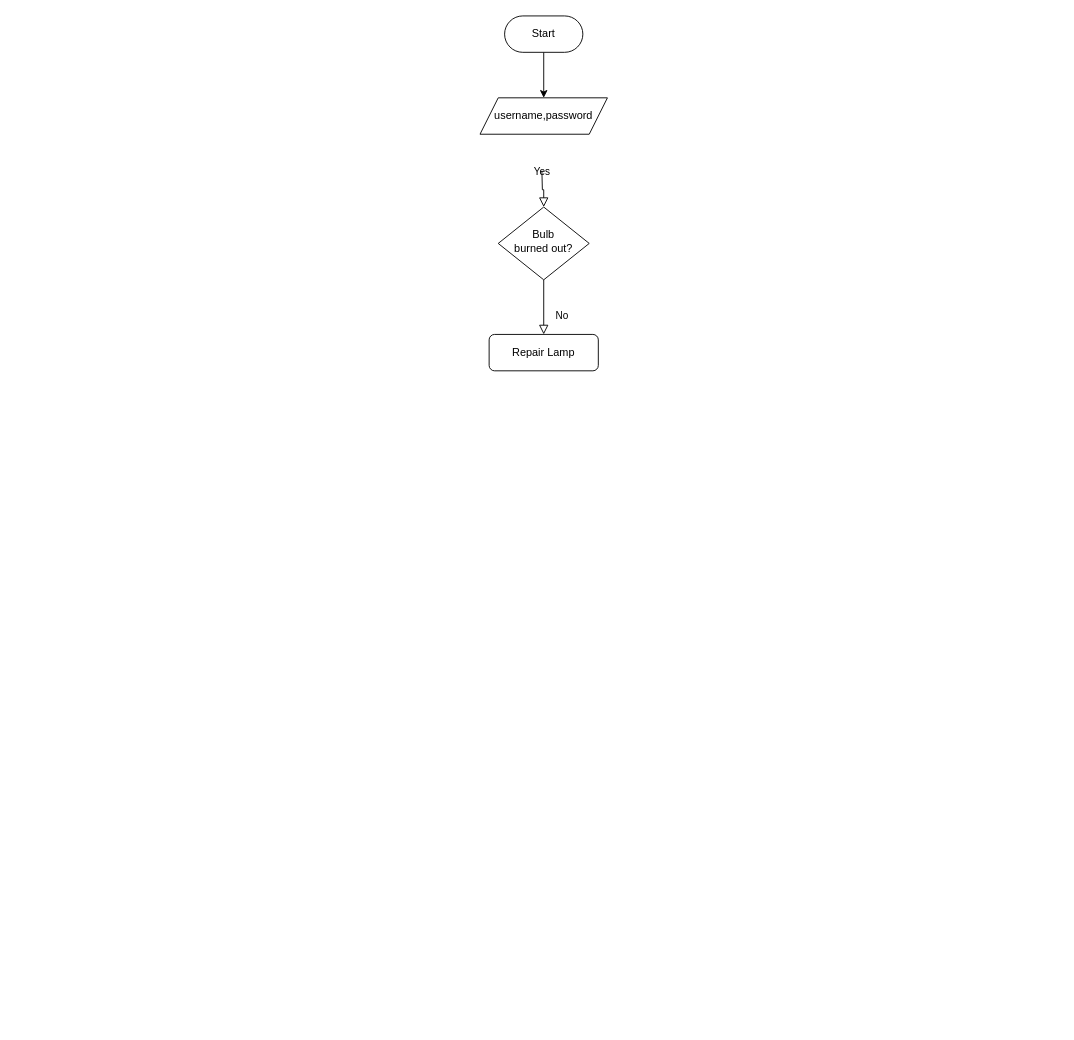
Shikilion/Assignment keeps this draw.io diagram as Untitled Diagram.drawio. Above is the earlier version. Source tidied: cells renumbered, new cells numbered last; positions are measured from the earlier drawing's top-left corner, leaving out a move shared by most shapes. Both pictures are drawn from the tidied source at 91%, with x=0, y=0 at pixel (480, 15).
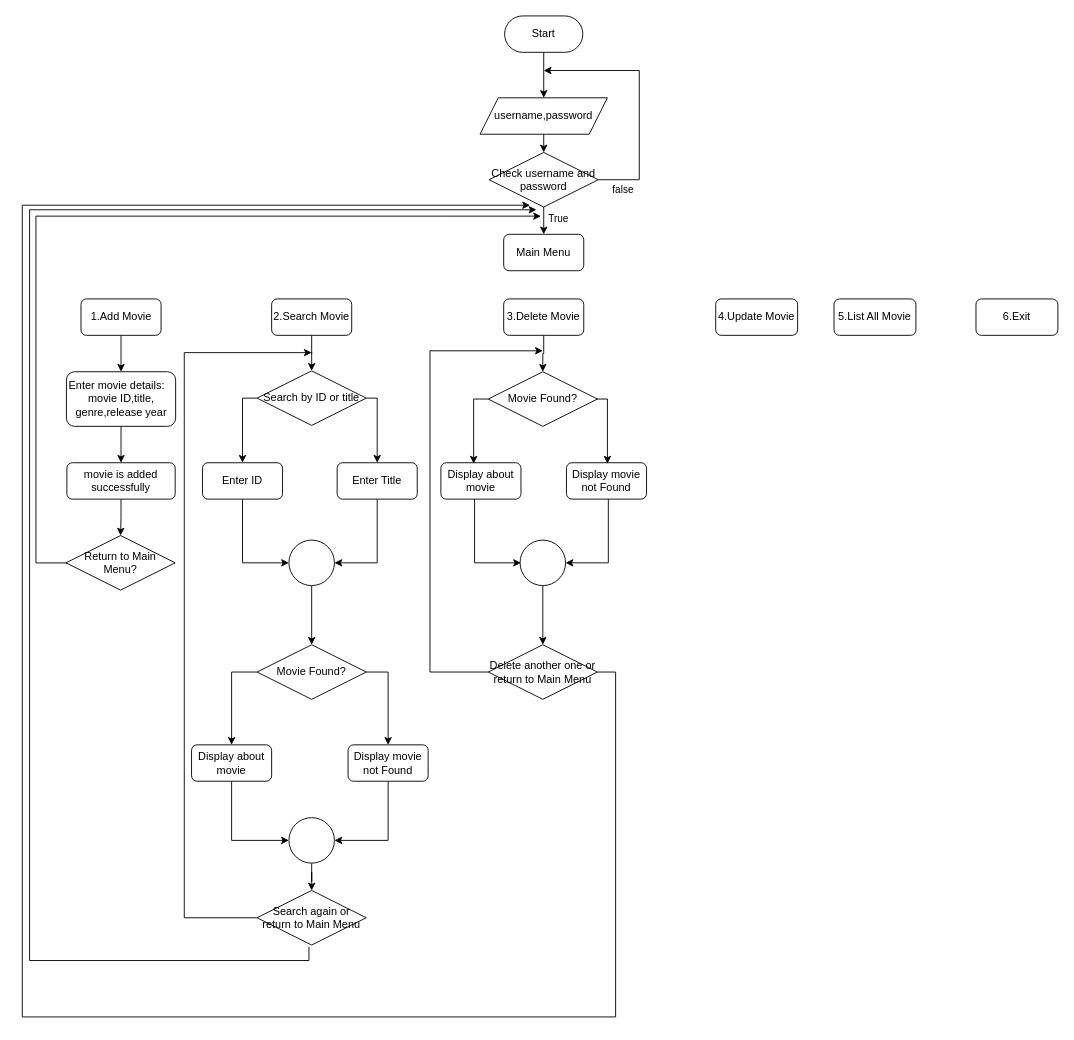
The same page after the edit.

The change refers to these unchanged cells:
```xml
<mxCell id="8" value="username,password" style="shape=parallelogram;perimeter=parallelogramPerimeter;whiteSpace=wrap;html=1;fixedSize=1;" parent="1" vertex="1">
  <mxGeometry y="90" width="140" height="40" as="geometry" />
</mxCell>
```

Diff of the diagram source:
```diff
@@
-    <mxCell id="2" value="Yes" style="rounded=0;html=1;jettySize=auto;fontSize=11;endArrow=block;endFill=0;endSize=8;strokeWidth=1;shadow=0;labelBackgroundColor=none;edgeStyle=orthogonalEdgeStyle;" parent="1" edge="1" target="4">
-      <mxGeometry y="20" relative="1" as="geometry">
-        <mxPoint x="68" y="170" as="sourcePoint" />
-      </mxGeometry>
-    </mxCell>
-    <mxCell id="3" value="No" style="rounded=0;html=1;jettySize=auto;fontSize=11;endArrow=block;endFill=0;endSize=8;strokeWidth=1;shadow=0;labelBackgroundColor=none;edgeStyle=orthogonalEdgeStyle;" parent="1" edge="1" source="4" target="5">
-      <mxGeometry x="0.33" y="20" relative="1" as="geometry" />
-    </mxCell>
-    <mxCell id="4" value="Bulb&lt;br&gt;burned out?" style="rhombus;whiteSpace=wrap;html=1;shadow=0;fontFamily=Helvetica;fontSize=12;align=center;strokeWidth=1;spacing=6;spacingTop=-4;" parent="1" vertex="1">
-      <mxGeometry x="20" y="210" width="100" height="80" as="geometry" />
-    </mxCell>
-    <mxCell id="5" value="Repair Lamp" style="rounded=1;whiteSpace=wrap;html=1;fontSize=12;glass=0;strokeWidth=1;shadow=0;" parent="1" vertex="1">
-      <mxGeometry x="10" y="350" width="120" height="40" as="geometry" />
-    </mxCell>
@@
+    <mxCell id="9" style="edgeStyle=orthogonalEdgeStyle;rounded=0;jettySize=auto;html=1;exitX=0.5;exitY=1;exitDx=0;exitDy=0;entryX=0.5;entryY=0;entryDx=0;entryDy=0;" parent="1" edge="1" source="8" target="58">
+      <mxGeometry relative="1" as="geometry" />
+    </mxCell>
@@
+    <mxCell id="10" style="edgeStyle=orthogonalEdgeStyle;rounded=0;jettySize=auto;html=1;exitX=0.5;exitY=1;exitDx=0;exitDy=0;entryX=0.5;entryY=0;entryDx=0;entryDy=0;" parent="1" edge="1" source="11" target="20">
+      <mxGeometry relative="1" as="geometry" />
+    </mxCell>
+    <mxCell id="11" value="1.Add Movie" style="rounded=1;whiteSpace=wrap;html=1;" parent="1" vertex="1">
+      <mxGeometry x="-438.5" y="311" width="88" height="40" as="geometry" />
+    </mxCell>
+    <mxCell id="12" style="edgeStyle=orthogonalEdgeStyle;rounded=0;jettySize=auto;html=1;entryX=0.5;entryY=0;entryDx=0;entryDy=0;" parent="1" edge="1" source="13" target="27">
+      <mxGeometry relative="1" as="geometry" />
+    </mxCell>
+    <mxCell id="13" value="2.Search Movie" style="rounded=1;whiteSpace=wrap;html=1;" parent="1" vertex="1">
+      <mxGeometry x="-229" y="311" width="88" height="40" as="geometry" />
+    </mxCell>
+    <mxCell id="14" style="edgeStyle=orthogonalEdgeStyle;rounded=0;jettySize=auto;html=1;entryX=0.5;entryY=0;entryDx=0;entryDy=0;" parent="1" edge="1" source="15" target="44">
+      <mxGeometry relative="1" as="geometry" />
+    </mxCell>
+    <mxCell id="15" value="3.Delete Movie" style="rounded=1;whiteSpace=wrap;html=1;" parent="1" vertex="1">
+      <mxGeometry x="26" y="311" width="88" height="40" as="geometry" />
+    </mxCell>
+    <mxCell id="16" value="4.Update Movie" style="rounded=1;whiteSpace=wrap;html=1;" parent="1" vertex="1">
+      <mxGeometry x="259" y="311" width="90" height="40" as="geometry" />
+    </mxCell>
+    <mxCell id="17" value="5.List All Movie" style="rounded=1;whiteSpace=wrap;html=1;" parent="1" vertex="1">
+      <mxGeometry x="389" y="311" width="90" height="40" as="geometry" />
+    </mxCell>
+    <mxCell id="18" value="6.Exit" style="rounded=1;whiteSpace=wrap;html=1;" parent="1" vertex="1">
+      <mxGeometry x="545" y="311" width="90" height="40" as="geometry" />
+    </mxCell>
+    <mxCell id="19" style="edgeStyle=orthogonalEdgeStyle;rounded=0;jettySize=auto;html=1;entryX=0.5;entryY=0;entryDx=0;entryDy=0;" parent="1" edge="1" source="20" target="22">
+      <mxGeometry relative="1" as="geometry" />
+    </mxCell>
+    <mxCell id="20" value="Enter movie details:&amp;nbsp; &amp;nbsp; movie ID,title, genre,release year" style="rounded=1;whiteSpace=wrap;html=1;" parent="1" vertex="1">
+      <mxGeometry x="-454.5" y="391" width="120" height="60" as="geometry" />
+    </mxCell>
+    <mxCell id="21" style="edgeStyle=orthogonalEdgeStyle;rounded=0;jettySize=auto;html=1;entryX=0.5;entryY=0;entryDx=0;entryDy=0;" parent="1" edge="1" source="22" target="24">
+      <mxGeometry relative="1" as="geometry" />
+    </mxCell>
+    <mxCell id="22" value="movie is added successfully" style="rounded=1;whiteSpace=wrap;html=1;" parent="1" vertex="1">
+      <mxGeometry x="-454" y="491" width="119" height="40" as="geometry" />
+    </mxCell>
+    <mxCell id="23" style="edgeStyle=orthogonalEdgeStyle;rounded=0;orthogonalLoop=1;jettySize=auto;html=1;" parent="1" edge="1">
+      <mxGeometry relative="1" as="geometry">
+        <mxPoint x="-451.1" y="601.1" as="sourcePoint" />
+        <mxPoint x="67" y="220" as="targetPoint" />
+        <Array as="points">
+          <mxPoint x="-488" y="601" />
+          <mxPoint x="-488" y="220" />
+          <mxPoint x="-41" y="220" />
+        </Array>
+      </mxGeometry>
+    </mxCell>
+    <mxCell id="24" value="Return to Main Menu?" style="rhombus;whiteSpace=wrap;html=1;" parent="1" vertex="1">
+      <mxGeometry x="-455" y="571" width="120" height="60" as="geometry" />
+    </mxCell>
+    <mxCell id="25" style="edgeStyle=orthogonalEdgeStyle;rounded=0;jettySize=auto;html=1;entryX=0.5;entryY=0;entryDx=0;entryDy=0;" parent="1" edge="1" source="27" target="29">
+      <mxGeometry relative="1" as="geometry">
+        <Array as="points">
+          <mxPoint x="-261" y="420" />
+        </Array>
+      </mxGeometry>
+    </mxCell>
+    <mxCell id="26" style="edgeStyle=orthogonalEdgeStyle;rounded=0;jettySize=auto;html=1;entryX=0.5;entryY=0;entryDx=0;entryDy=0;" parent="1" edge="1" source="27" target="31">
+      <mxGeometry relative="1" as="geometry">
+        <Array as="points">
+          <mxPoint x="-113" y="420" />
+        </Array>
+      </mxGeometry>
+    </mxCell>
+    <mxCell id="27" value="Search by ID or title" style="rhombus;whiteSpace=wrap;html=1;" parent="1" vertex="1">
+      <mxGeometry x="-245" y="390" width="120" height="60" as="geometry" />
+    </mxCell>
+    <mxCell id="28" style="edgeStyle=orthogonalEdgeStyle;rounded=0;orthogonalLoop=1;jettySize=auto;html=1;entryX=0;entryY=0.5;entryDx=0;entryDy=0;" parent="1" edge="1">
+      <mxGeometry relative="1" as="geometry">
+        <mxPoint x="-261" y="531" as="sourcePoint" />
+        <mxPoint x="-210" y="601" as="targetPoint" />
+        <Array as="points">
+          <mxPoint x="-261" y="601.1" />
+        </Array>
+      </mxGeometry>
+    </mxCell>
+    <mxCell id="29" value="Enter ID" style="rounded=1;whiteSpace=wrap;html=1;" parent="1" vertex="1">
+      <mxGeometry x="-305" y="491" width="88" height="40" as="geometry" />
+    </mxCell>
+    <mxCell id="30" style="edgeStyle=orthogonalEdgeStyle;rounded=0;jettySize=auto;html=1;entryX=1;entryY=0.5;entryDx=0;entryDy=0;" parent="1" edge="1" source="31" target="33">
+      <mxGeometry relative="1" as="geometry">
+        <Array as="points">
+          <mxPoint x="-113" y="601" />
+        </Array>
+      </mxGeometry>
+    </mxCell>
+    <mxCell id="31" value="Enter Title" style="rounded=1;whiteSpace=wrap;html=1;" parent="1" vertex="1">
+      <mxGeometry x="-157" y="491" width="88" height="40" as="geometry" />
+    </mxCell>
+    <mxCell id="32" style="edgeStyle=orthogonalEdgeStyle;rounded=0;jettySize=auto;html=1;entryX=0.5;entryY=0;entryDx=0;entryDy=0;" parent="1" edge="1" source="33" target="36">
+      <mxGeometry relative="1" as="geometry" />
+    </mxCell>
+    <mxCell id="33" style="ellipse;whiteSpace=wrap;html=1;" parent="1" vertex="1">
+      <mxGeometry x="-210" y="576" width="50" height="50" as="geometry" />
+    </mxCell>
+    <mxCell id="34" style="edgeStyle=orthogonalEdgeStyle;rounded=0;jettySize=auto;html=1;entryX=0.5;entryY=0;entryDx=0;entryDy=0;" parent="1" edge="1" source="36" target="38">
+      <mxGeometry relative="1" as="geometry">
+        <Array as="points">
+          <mxPoint x="-273" y="721" />
+        </Array>
+      </mxGeometry>
+    </mxCell>
+    <mxCell id="35" style="edgeStyle=orthogonalEdgeStyle;rounded=0;jettySize=auto;html=1;entryX=0.5;entryY=0;entryDx=0;entryDy=0;" parent="1" edge="1" source="36" target="40">
+      <mxGeometry relative="1" as="geometry">
+        <Array as="points">
+          <mxPoint x="-101" y="721" />
+        </Array>
+      </mxGeometry>
+    </mxCell>
+    <mxCell id="36" value="Movie Found?" style="rhombus;whiteSpace=wrap;html=1;" parent="1" vertex="1">
+      <mxGeometry x="-245" y="691" width="120" height="60" as="geometry" />
+    </mxCell>
+    <mxCell id="37" style="edgeStyle=orthogonalEdgeStyle;rounded=0;jettySize=auto;html=1;entryX=0;entryY=0.5;entryDx=0;entryDy=0;" parent="1" edge="1" source="38" target="51">
+      <mxGeometry relative="1" as="geometry">
+        <Array as="points">
+          <mxPoint x="-273" y="906" />
+        </Array>
+      </mxGeometry>
+    </mxCell>
+    <mxCell id="38" value="Display about movie" style="rounded=1;whiteSpace=wrap;html=1;" parent="1" vertex="1">
+      <mxGeometry x="-317" y="801" width="88" height="40" as="geometry" />
+    </mxCell>
+    <mxCell id="39" style="edgeStyle=orthogonalEdgeStyle;rounded=0;jettySize=auto;html=1;entryX=1;entryY=0.5;entryDx=0;entryDy=0;" parent="1" edge="1" source="40" target="51">
+      <mxGeometry relative="1" as="geometry">
+        <Array as="points">
+          <mxPoint x="-101" y="906" />
+        </Array>
+      </mxGeometry>
+    </mxCell>
+    <mxCell id="40" value="Display movie not Found" style="rounded=1;whiteSpace=wrap;html=1;" parent="1" vertex="1">
+      <mxGeometry x="-145" y="801" width="88" height="40" as="geometry" />
+    </mxCell>
+    <mxCell id="41" style="edgeStyle=orthogonalEdgeStyle;rounded=0;jettySize=auto;html=1;" parent="1" edge="1" source="43">
+      <mxGeometry relative="1" as="geometry">
+        <mxPoint x="-185" y="370" as="targetPoint" />
+        <Array as="points">
+          <mxPoint x="-325" y="991" />
+          <mxPoint x="-325" y="370" />
+        </Array>
+      </mxGeometry>
+    </mxCell>
+    <mxCell id="42" style="edgeStyle=orthogonalEdgeStyle;rounded=0;orthogonalLoop=1;jettySize=auto;html=1;" parent="1" edge="1">
+      <mxGeometry relative="1" as="geometry">
+        <mxPoint x="-188" y="1023" as="sourcePoint" />
+        <mxPoint x="62" y="213" as="targetPoint" />
+        <Array as="points">
+          <mxPoint x="-188" y="1038" />
+          <mxPoint x="-495" y="1038" />
+          <mxPoint x="-495" y="213" />
+        </Array>
+      </mxGeometry>
+    </mxCell>
+    <mxCell id="43" value="Search again or return to Main Menu" style="rhombus;whiteSpace=wrap;html=1;" parent="1" vertex="1">
+      <mxGeometry x="-245" y="961" width="120" height="60" as="geometry" />
+    </mxCell>
+    <mxCell id="44" value="Movie Found?" style="rhombus;whiteSpace=wrap;html=1;" parent="1" vertex="1">
+      <mxGeometry x="9" y="391" width="120" height="60" as="geometry" />
+    </mxCell>
+    <mxCell id="45" value="Display about movie" style="rounded=1;whiteSpace=wrap;html=1;" parent="1" vertex="1">
+      <mxGeometry x="-43" y="491" width="88" height="40" as="geometry" />
+    </mxCell>
+    <mxCell id="46" value="Display movie not Found" style="rounded=1;whiteSpace=wrap;html=1;" parent="1" vertex="1">
+      <mxGeometry x="95" y="491" width="88" height="40" as="geometry" />
+    </mxCell>
+    <mxCell id="47" style="edgeStyle=orthogonalEdgeStyle;rounded=0;jettySize=auto;html=1;" parent="1" edge="1" source="49">
+      <mxGeometry relative="1" as="geometry">
+        <mxPoint x="69" y="368" as="targetPoint" />
+        <Array as="points">
+          <mxPoint x="-55" y="721" />
+          <mxPoint x="-55" y="368" />
+        </Array>
+      </mxGeometry>
+    </mxCell>
+    <mxCell id="48" style="edgeStyle=orthogonalEdgeStyle;rounded=0;jettySize=auto;html=1;exitX=1;exitY=0.5;exitDx=0;exitDy=0;" parent="1" edge="1" source="49">
+      <mxGeometry relative="1" as="geometry">
+        <mxPoint x="55" y="208" as="targetPoint" />
+        <Array as="points">
+          <mxPoint x="149" y="721" />
+          <mxPoint x="149" y="1100" />
+          <mxPoint x="-503" y="1100" />
+          <mxPoint x="-503" y="208" />
+        </Array>
+      </mxGeometry>
+    </mxCell>
+    <mxCell id="49" value="Delete another one or return to Main Menu" style="rhombus;whiteSpace=wrap;html=1;" parent="1" vertex="1">
+      <mxGeometry x="9" y="691" width="120" height="60" as="geometry" />
+    </mxCell>
+    <mxCell id="50" style="edgeStyle=orthogonalEdgeStyle;rounded=0;jettySize=auto;html=1;entryX=0.5;entryY=0;entryDx=0;entryDy=0;" parent="1" edge="1" source="51" target="43">
+      <mxGeometry relative="1" as="geometry" />
+    </mxCell>
+    <mxCell id="51" style="ellipse;whiteSpace=wrap;html=1;" parent="1" vertex="1">
+      <mxGeometry x="-210" y="881" width="50" height="50" as="geometry" />
+    </mxCell>
+    <mxCell id="52" style="edgeStyle=orthogonalEdgeStyle;rounded=0;jettySize=auto;html=1;entryX=0.5;entryY=0;entryDx=0;entryDy=0;" parent="1" edge="1" source="53" target="49">
+      <mxGeometry relative="1" as="geometry" />
+    </mxCell>
+    <mxCell id="53" style="ellipse;whiteSpace=wrap;html=1;" parent="1" vertex="1">
+      <mxGeometry x="44" y="576" width="50" height="50" as="geometry" />
+    </mxCell>
+    <mxCell id="54" style="edgeStyle=orthogonalEdgeStyle;rounded=0;jettySize=auto;html=1;exitX=0.5;exitY=1;exitDx=0;exitDy=0;entryX=0.5;entryY=0;entryDx=0;entryDy=0;" parent="1" edge="1" source="58" target="59">
+      <mxGeometry relative="1" as="geometry" />
+    </mxCell>
+    <mxCell id="55" value="True" style="edgeLabel;html=1;align=center;verticalAlign=middle;" parent="54" vertex="1">
+      <mxGeometry x="-0.18" y="1" relative="1" as="geometry">
+        <mxPoint x="14" as="offset" />
+      </mxGeometry>
+    </mxCell>
+    <mxCell id="56" style="edgeStyle=orthogonalEdgeStyle;rounded=0;jettySize=auto;html=1;" parent="1" edge="1" source="58">
+      <mxGeometry relative="1" as="geometry">
+        <mxPoint x="70" y="60" as="targetPoint" />
+        <Array as="points">
+          <mxPoint x="175" y="180" />
+          <mxPoint x="175" y="60" />
+        </Array>
+      </mxGeometry>
+    </mxCell>
+    <mxCell id="57" value="false" style="edgeLabel;html=1;align=center;verticalAlign=middle;" parent="56" vertex="1">
+      <mxGeometry x="-0.81" y="-5" relative="1" as="geometry">
+        <mxPoint y="5" as="offset" />
+      </mxGeometry>
+    </mxCell>
+    <mxCell id="58" value="Check username and password" style="rhombus;whiteSpace=wrap;html=1;" parent="1" vertex="1">
+      <mxGeometry x="10" y="150" width="120" height="60" as="geometry" />
+    </mxCell>
+    <mxCell id="59" value="Main Menu" style="rounded=1;whiteSpace=wrap;html=1;" parent="1" vertex="1">
+      <mxGeometry x="26" y="240" width="88" height="40" as="geometry" />
+    </mxCell>
+    <mxCell id="60" style="edgeStyle=orthogonalEdgeStyle;rounded=0;orthogonalLoop=1;jettySize=auto;html=1;entryX=0.5;entryY=0;entryDx=0;entryDy=0;" parent="1" edge="1">
+      <mxGeometry relative="1" as="geometry">
+        <mxPoint x="9" y="421" as="sourcePoint" />
+        <mxPoint x="-7" y="492" as="targetPoint" />
+        <Array as="points">
+          <mxPoint x="-7" y="421" />
+        </Array>
+      </mxGeometry>
+    </mxCell>
+    <mxCell id="61" style="edgeStyle=orthogonalEdgeStyle;rounded=0;orthogonalLoop=1;jettySize=auto;html=1;entryX=0.5;entryY=0;entryDx=0;entryDy=0;" parent="1" edge="1">
+      <mxGeometry relative="1" as="geometry">
+        <mxPoint x="128" y="421" as="sourcePoint" />
+        <mxPoint x="140" y="492" as="targetPoint" />
+        <Array as="points">
+          <mxPoint x="140" y="421" />
+        </Array>
+      </mxGeometry>
+    </mxCell>
+    <mxCell id="62" style="edgeStyle=orthogonalEdgeStyle;rounded=0;orthogonalLoop=1;jettySize=auto;html=1;entryX=0;entryY=0.5;entryDx=0;entryDy=0;" parent="1" edge="1">
+      <mxGeometry relative="1" as="geometry">
+        <mxPoint x="-6" y="531" as="sourcePoint" />
+        <mxPoint x="45" y="601" as="targetPoint" />
+        <Array as="points">
+          <mxPoint x="-6" y="601.1" />
+        </Array>
+      </mxGeometry>
+    </mxCell>
+    <mxCell id="63" style="edgeStyle=orthogonalEdgeStyle;rounded=0;orthogonalLoop=1;jettySize=auto;html=1;entryX=1;entryY=0.5;entryDx=0;entryDy=0;" parent="1" edge="1">
+      <mxGeometry relative="1" as="geometry">
+        <mxPoint x="141" y="531" as="sourcePoint" />
+        <mxPoint x="94" y="601" as="targetPoint" />
+        <Array as="points">
+          <mxPoint x="141" y="601" />
+        </Array>
+      </mxGeometry>
+    </mxCell>
```
